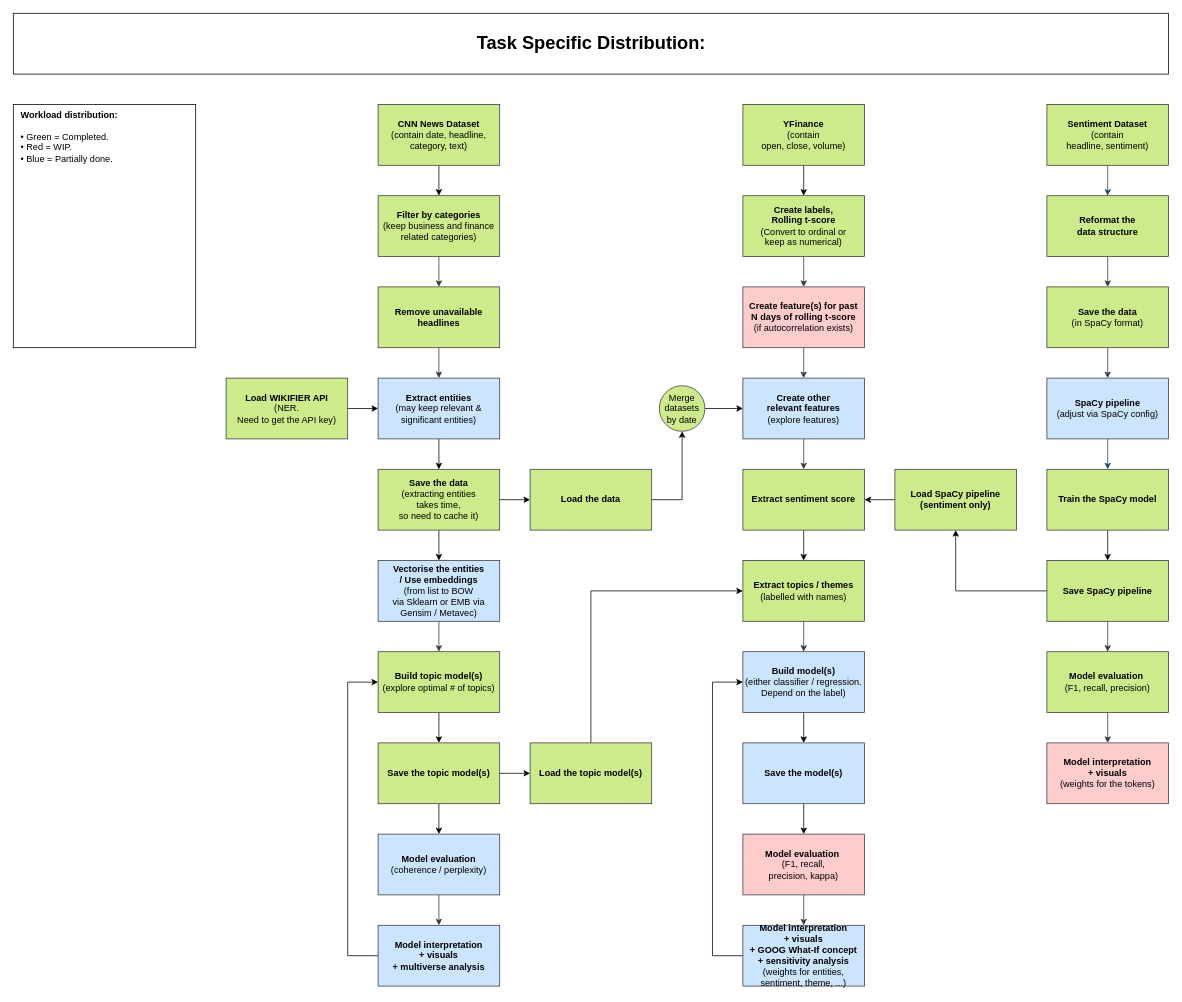
This is page "completion" (3 of 6) of docs/flowchart/processing_flowchart.drawio from lioneltayyd/MADS-M2-estimating-news-impact-on-financial-market, a draw.io file, before an edit. Source tidied: cells renumbered, new cells numbered last; positions are measured from the earlier drawing's top-left corner, leaving out a move shared by most shapes. Both pictures are drawn from the tidied source at 76%, with x=0, y=0 at pixel (13, 13).
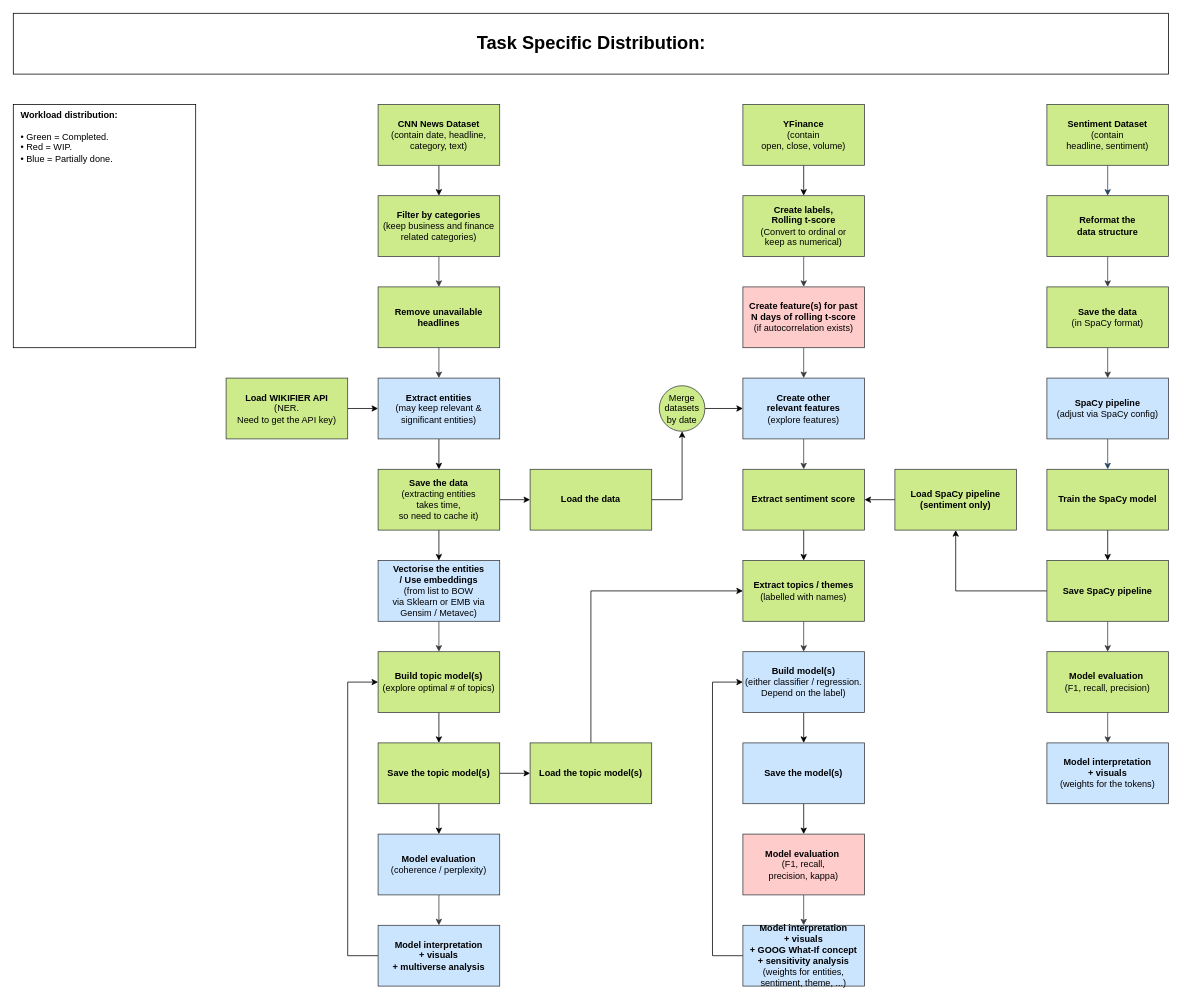
The same page after the edit.

Change to the diagram source:
```diff
@@
-    <mxCell id="69" value="&lt;b&gt;Model interpretation &lt;br&gt;+ visuals&lt;br&gt;&lt;/b&gt;(weights for the tokens)" style="rounded=0;whiteSpace=wrap;html=1;fillColor=#ffcccc;strokeColor=#36393d;" parent="1" vertex="1">
+    <mxCell id="69" value="&lt;b&gt;Model interpretation &lt;br&gt;+ visuals&lt;br&gt;&lt;/b&gt;(weights for the tokens)" style="rounded=0;whiteSpace=wrap;html=1;fillColor=#cce5ff;strokeColor=#36393d;" parent="1" vertex="1">
       <mxGeometry x="1360" y="960" width="160" height="80" as="geometry" />
     </mxCell>
```
